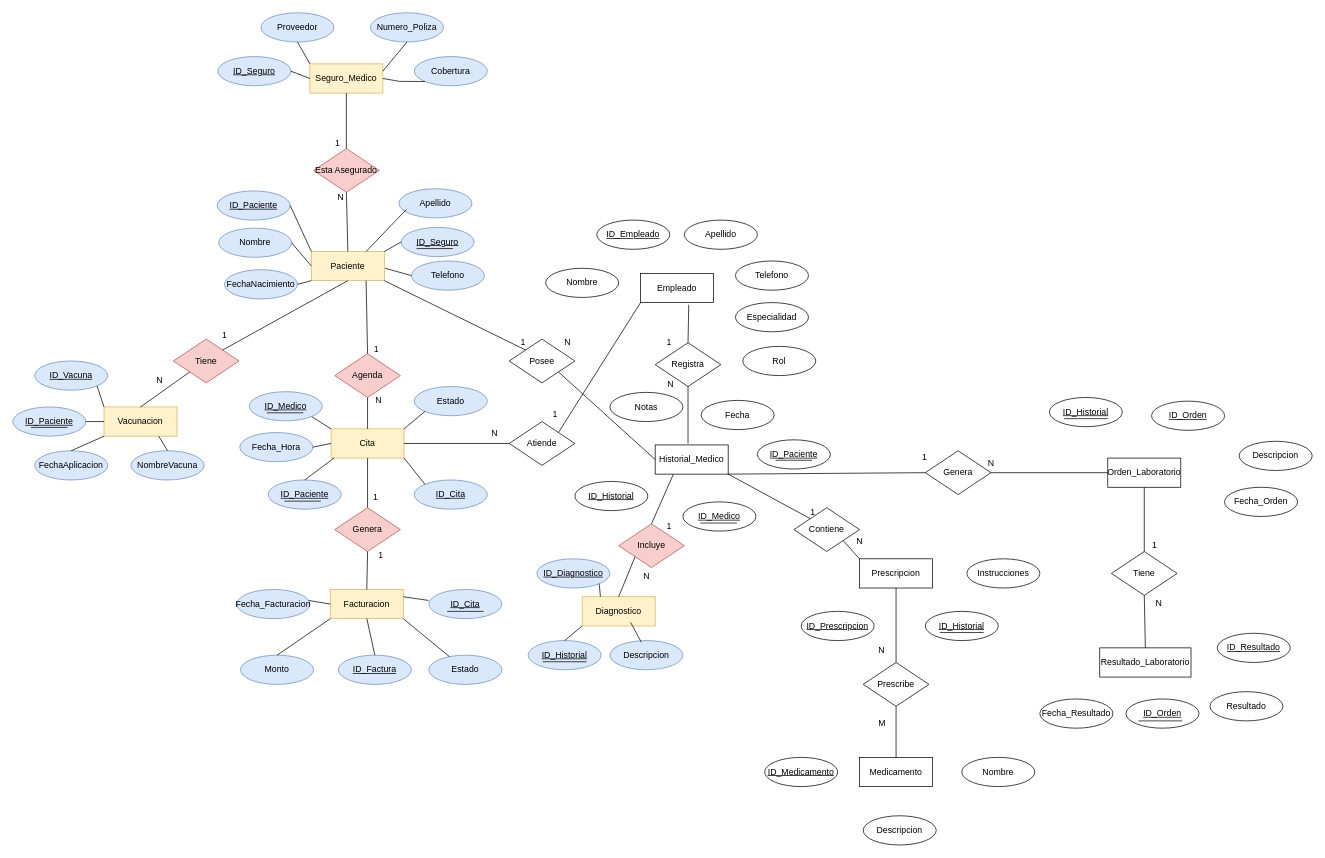
Earlier version of the draw.io diagram ExamenI.drawio (Csandoval-dev/EtlExamenI). Source tidied: cells renumbered, new cells numbered last; positions are measured from the earlier drawing's top-left corner, leaving out a move shared by most shapes. Both pictures are drawn from the tidied source at 73%, with x=0, y=0 at pixel (12, 12).
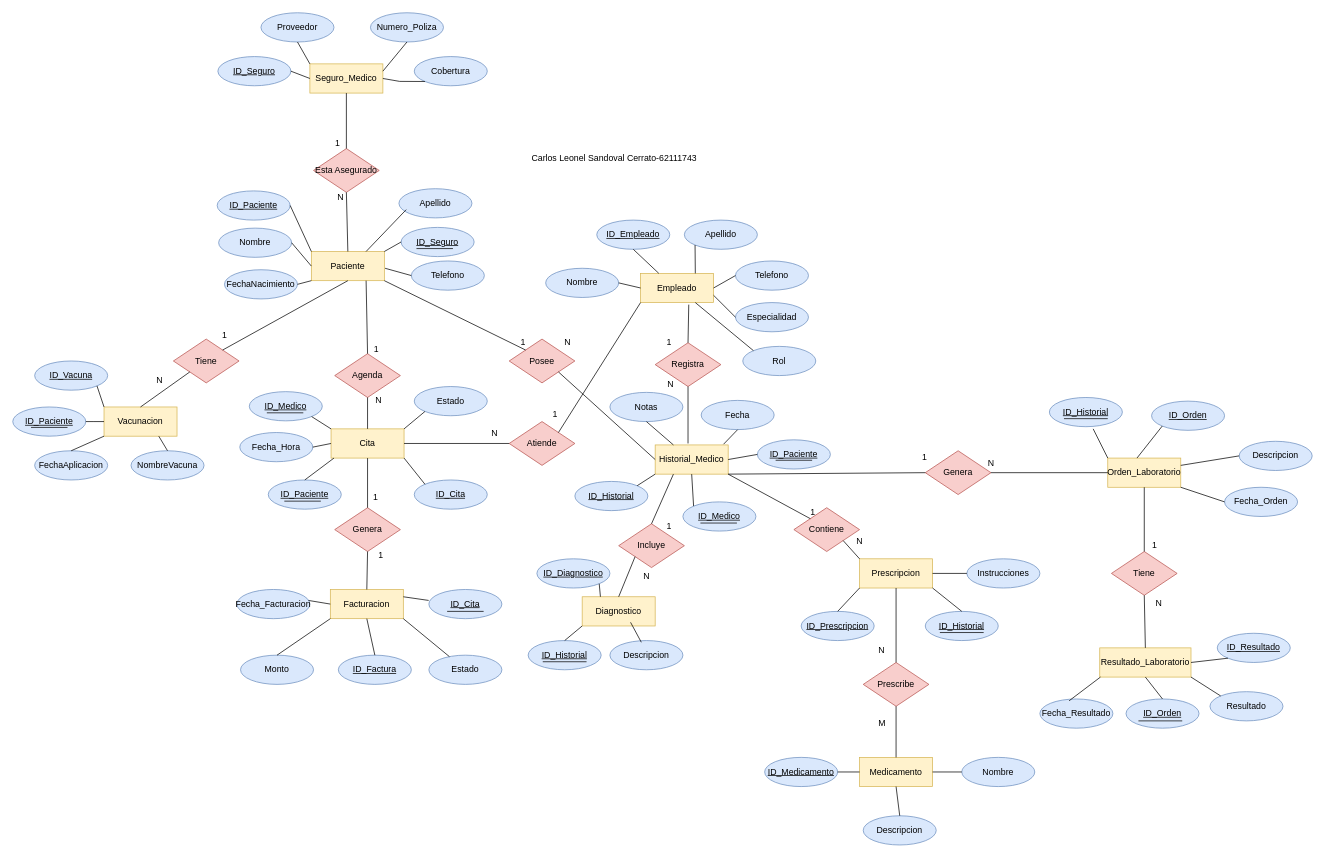
Above is the later version.

The edit, as a diff of the source:
```diff
@@
-    <mxCell id="56" value="Empleado" style="whiteSpace=wrap;html=1;align=center;" parent="1" vertex="1">
+    <mxCell id="56" value="Empleado" style="whiteSpace=wrap;html=1;align=center;fillColor=#fff2cc;strokeColor=#d6b656;" parent="1" vertex="1">
       <mxGeometry x="860" y="357" width="100" height="40" as="geometry" />
     </mxCell>
-    <mxCell id="57" value="ID_Empleado" style="ellipse;whiteSpace=wrap;html=1;align=center;fontStyle=4;" parent="1" vertex="1">
+    <mxCell id="57" value="ID_Empleado" style="ellipse;whiteSpace=wrap;html=1;align=center;fontStyle=4;fillColor=#dae8fc;strokeColor=#6c8ebf;" parent="1" vertex="1">
       <mxGeometry x="800" y="284" width="100" height="40" as="geometry" />
     </mxCell>
-    <mxCell id="58" value="Nombre" style="ellipse;whiteSpace=wrap;html=1;align=center;" parent="1" vertex="1">
+    <mxCell id="58" value="Nombre" style="ellipse;whiteSpace=wrap;html=1;align=center;fillColor=#dae8fc;strokeColor=#6c8ebf;" parent="1" vertex="1">
       <mxGeometry x="730" y="350" width="100" height="40" as="geometry" />
     </mxCell>
-    <mxCell id="59" value="Apellido" style="ellipse;whiteSpace=wrap;html=1;align=center;" parent="1" vertex="1">
+    <mxCell id="59" value="Apellido" style="ellipse;whiteSpace=wrap;html=1;align=center;fillColor=#dae8fc;strokeColor=#6c8ebf;" parent="1" vertex="1">
       <mxGeometry x="920" y="284" width="100" height="40" as="geometry" />
     </mxCell>
-    <mxCell id="60" value="Rol" style="ellipse;whiteSpace=wrap;html=1;align=center;" parent="1" vertex="1">
+    <mxCell id="60" value="Rol" style="ellipse;whiteSpace=wrap;html=1;align=center;fillColor=#dae8fc;strokeColor=#6c8ebf;" parent="1" vertex="1">
       <mxGeometry x="1000" y="457" width="100" height="40" as="geometry" />
     </mxCell>
-    <mxCell id="61" value="Telefono" style="ellipse;whiteSpace=wrap;html=1;align=center;" parent="1" vertex="1">
+    <mxCell id="61" value="Telefono" style="ellipse;whiteSpace=wrap;html=1;align=center;fillColor=#dae8fc;strokeColor=#6c8ebf;" parent="1" vertex="1">
       <mxGeometry x="990" y="340" width="100" height="40" as="geometry" />
     </mxCell>
-    <mxCell id="62" value="Especialidad" style="ellipse;whiteSpace=wrap;html=1;align=center;" parent="1" vertex="1">
+    <mxCell id="62" value="Especialidad" style="ellipse;whiteSpace=wrap;html=1;align=center;fillColor=#dae8fc;strokeColor=#6c8ebf;" parent="1" vertex="1">
       <mxGeometry x="990" y="397" width="100" height="40" as="geometry" />
     </mxCell>
-    <mxCell id="63" value="Atiende" style="shape=rhombus;perimeter=rhombusPerimeter;whiteSpace=wrap;html=1;align=center;" parent="1" vertex="1">
+    <mxCell id="63" value="Atiende" style="shape=rhombus;perimeter=rhombusPerimeter;whiteSpace=wrap;html=1;align=center;fillColor=#f8cecc;strokeColor=#b85450;" parent="1" vertex="1">
       <mxGeometry x="680" y="560" width="90" height="60" as="geometry" />
     </mxCell>
@@
-    <mxCell id="68" value="Historial_Medico" style="whiteSpace=wrap;html=1;align=center;" parent="1" vertex="1">
+    <mxCell id="68" value="Historial_Medico" style="whiteSpace=wrap;html=1;align=center;fillColor=#fff2cc;strokeColor=#d6b656;" parent="1" vertex="1">
       <mxGeometry x="880" y="592" width="100" height="40" as="geometry" />
     </mxCell>
@@
-    <mxCell id="70" value="ID_Paciente" style="ellipse;whiteSpace=wrap;html=1;align=center;fontStyle=4;" parent="1" vertex="1">
+    <mxCell id="70" value="ID_Paciente" style="ellipse;whiteSpace=wrap;html=1;align=center;fontStyle=4;fillColor=#dae8fc;strokeColor=#6c8ebf;" parent="1" vertex="1">
       <mxGeometry x="1020" y="585" width="100" height="40" as="geometry" />
     </mxCell>
-    <mxCell id="71" value="ID_Medico" style="ellipse;whiteSpace=wrap;html=1;align=center;fontStyle=4;" parent="1" vertex="1">
+    <mxCell id="71" value="ID_Medico" style="ellipse;whiteSpace=wrap;html=1;align=center;fontStyle=4;fillColor=#dae8fc;strokeColor=#6c8ebf;" parent="1" vertex="1">
       <mxGeometry x="918" y="670" width="100" height="40" as="geometry" />
     </mxCell>
-    <mxCell id="72" value="Fecha" style="ellipse;whiteSpace=wrap;html=1;align=center;" parent="1" vertex="1">
+    <mxCell id="72" value="Fecha" style="ellipse;whiteSpace=wrap;html=1;align=center;fillColor=#dae8fc;strokeColor=#6c8ebf;" parent="1" vertex="1">
       <mxGeometry x="943" y="531" width="100" height="40" as="geometry" />
     </mxCell>
-    <mxCell id="73" value="Notas" style="ellipse;whiteSpace=wrap;html=1;align=center;" parent="1" vertex="1">
+    <mxCell id="73" value="Notas" style="ellipse;whiteSpace=wrap;html=1;align=center;fillColor=#dae8fc;strokeColor=#6c8ebf;" parent="1" vertex="1">
       <mxGeometry x="818" y="520" width="100" height="40" as="geometry" />
     </mxCell>
-    <mxCell id="74" value="Posee" style="shape=rhombus;perimeter=rhombusPerimeter;whiteSpace=wrap;html=1;align=center;" parent="1" vertex="1">
+    <mxCell id="74" value="Posee" style="shape=rhombus;perimeter=rhombusPerimeter;whiteSpace=wrap;html=1;align=center;fillColor=#f8cecc;strokeColor=#b85450;" parent="1" vertex="1">
       <mxGeometry x="680" y="447" width="90" height="60" as="geometry" />
     </mxCell>
@@
-    <mxCell id="79" value="Registra" style="shape=rhombus;perimeter=rhombusPerimeter;whiteSpace=wrap;html=1;align=center;" parent="1" vertex="1">
+    <mxCell id="79" value="Registra" style="shape=rhombus;perimeter=rhombusPerimeter;whiteSpace=wrap;html=1;align=center;fillColor=#f8cecc;strokeColor=#b85450;" parent="1" vertex="1">
       <mxGeometry x="880" y="452" width="90" height="60" as="geometry" />
     </mxCell>
@@
-    <mxCell id="87" value="ID_Historial" style="ellipse;whiteSpace=wrap;html=1;align=center;fontStyle=4;" parent="1" vertex="1">
+    <mxCell id="87" value="ID_Historial" style="ellipse;whiteSpace=wrap;html=1;align=center;fontStyle=4;fillColor=#dae8fc;strokeColor=#6c8ebf;" parent="1" vertex="1">
       <mxGeometry x="770" y="642" width="100" height="40" as="geometry" />
     </mxCell>
-    <mxCell id="88" value="ID_Resultado" style="ellipse;whiteSpace=wrap;html=1;align=center;fontStyle=4;" parent="1" vertex="1">
+    <mxCell id="88" value="ID_Resultado" style="ellipse;whiteSpace=wrap;html=1;align=center;fontStyle=4;fillColor=#dae8fc;strokeColor=#6c8ebf;" parent="1" vertex="1">
       <mxGeometry x="1650" y="850" width="100" height="40" as="geometry" />
     </mxCell>
@@
-    <mxCell id="96" value="Prescripcion" style="whiteSpace=wrap;html=1;align=center;" parent="1" vertex="1">
+    <mxCell id="96" value="Prescripcion" style="whiteSpace=wrap;html=1;align=center;fillColor=#fff2cc;strokeColor=#d6b656;" parent="1" vertex="1">
       <mxGeometry x="1160" y="748" width="100" height="40" as="geometry" />
     </mxCell>
@@
-    <mxCell id="98" value="ID_Historial" style="ellipse;whiteSpace=wrap;html=1;align=center;fontStyle=4;" parent="1" vertex="1">
+    <mxCell id="98" value="ID_Historial" style="ellipse;whiteSpace=wrap;html=1;align=center;fontStyle=4;fillColor=#dae8fc;strokeColor=#6c8ebf;" parent="1" vertex="1">
       <mxGeometry x="1250" y="820" width="100" height="40" as="geometry" />
     </mxCell>
@@
-    <mxCell id="100" value="Instrucciones" style="ellipse;whiteSpace=wrap;html=1;align=center;" parent="1" vertex="1">
+    <mxCell id="100" value="Instrucciones" style="ellipse;whiteSpace=wrap;html=1;align=center;fillColor=#dae8fc;strokeColor=#6c8ebf;" parent="1" vertex="1">
       <mxGeometry x="1307" y="748" width="100" height="40" as="geometry" />
     </mxCell>
-    <mxCell id="101" value="Contiene" style="shape=rhombus;perimeter=rhombusPerimeter;whiteSpace=wrap;html=1;align=center;" parent="1" vertex="1">
+    <mxCell id="101" value="Contiene" style="shape=rhombus;perimeter=rhombusPerimeter;whiteSpace=wrap;html=1;align=center;fillColor=#f8cecc;strokeColor=#b85450;" parent="1" vertex="1">
       <mxGeometry x="1070" y="678" width="90" height="60" as="geometry" />
     </mxCell>
@@
-    <mxCell id="106" value="Medicamento" style="whiteSpace=wrap;html=1;align=center;" parent="1" vertex="1">
+    <mxCell id="106" value="Medicamento" style="whiteSpace=wrap;html=1;align=center;fillColor=#fff2cc;strokeColor=#d6b656;" parent="1" vertex="1">
       <mxGeometry x="1160" y="1020" width="100" height="40" as="geometry" />
     </mxCell>
-    <mxCell id="107" value="Prescribe" style="shape=rhombus;perimeter=rhombusPerimeter;whiteSpace=wrap;html=1;align=center;" parent="1" vertex="1">
+    <mxCell id="107" value="Prescribe" style="shape=rhombus;perimeter=rhombusPerimeter;whiteSpace=wrap;html=1;align=center;fillColor=#f8cecc;strokeColor=#b85450;" parent="1" vertex="1">
       <mxGeometry x="1165" y="890" width="90" height="60" as="geometry" />
     </mxCell>
@@
-    <mxCell id="112" value="ID_Medicamento" style="ellipse;whiteSpace=wrap;html=1;align=center;fontStyle=4;" parent="1" vertex="1">
+    <mxCell id="112" value="ID_Medicamento" style="ellipse;whiteSpace=wrap;html=1;align=center;fontStyle=4;fillColor=#dae8fc;strokeColor=#6c8ebf;" parent="1" vertex="1">
       <mxGeometry x="1030" y="1020" width="100" height="40" as="geometry" />
     </mxCell>
-    <mxCell id="113" value="Nombre" style="ellipse;whiteSpace=wrap;html=1;align=center;" parent="1" vertex="1">
+    <mxCell id="113" value="Nombre" style="ellipse;whiteSpace=wrap;html=1;align=center;fillColor=#dae8fc;strokeColor=#6c8ebf;" parent="1" vertex="1">
       <mxGeometry x="1300" y="1020" width="100" height="40" as="geometry" />
     </mxCell>
-    <mxCell id="114" value="Descripcion" style="ellipse;whiteSpace=wrap;html=1;align=center;" parent="1" vertex="1">
+    <mxCell id="114" value="Descripcion" style="ellipse;whiteSpace=wrap;html=1;align=center;fillColor=#dae8fc;strokeColor=#6c8ebf;" parent="1" vertex="1">
       <mxGeometry x="1165" y="1100" width="100" height="40" as="geometry" />
     </mxCell>
-    <mxCell id="115" value="Orden_Laboratorio" style="whiteSpace=wrap;html=1;align=center;" parent="1" vertex="1">
+    <mxCell id="115" value="Orden_Laboratorio" style="whiteSpace=wrap;html=1;align=center;fillColor=#fff2cc;strokeColor=#d6b656;" parent="1" vertex="1">
       <mxGeometry x="1500" y="610" width="100" height="40" as="geometry" />
     </mxCell>
-    <mxCell id="116" value="Genera" style="shape=rhombus;perimeter=rhombusPerimeter;whiteSpace=wrap;html=1;align=center;" parent="1" vertex="1">
+    <mxCell id="116" value="Genera" style="shape=rhombus;perimeter=rhombusPerimeter;whiteSpace=wrap;html=1;align=center;fillColor=#f8cecc;strokeColor=#b85450;" parent="1" vertex="1">
       <mxGeometry x="1250" y="600" width="90" height="60" as="geometry" />
     </mxCell>
@@
-    <mxCell id="121" value="ID_Historial" style="ellipse;whiteSpace=wrap;html=1;align=center;fontStyle=4;" parent="1" vertex="1">
+    <mxCell id="121" value="ID_Historial" style="ellipse;whiteSpace=wrap;html=1;align=center;fontStyle=4;fillColor=#dae8fc;strokeColor=#6c8ebf;" parent="1" vertex="1">
       <mxGeometry x="1420" y="527" width="100" height="40" as="geometry" />
     </mxCell>
@@
-    <mxCell id="123" value="ID_Prescripcion" style="ellipse;whiteSpace=wrap;html=1;align=center;fontStyle=4;" parent="1" vertex="1">
+    <mxCell id="123" value="ID_Prescripcion" style="ellipse;whiteSpace=wrap;html=1;align=center;fontStyle=4;fillColor=#dae8fc;strokeColor=#6c8ebf;" parent="1" vertex="1">
       <mxGeometry x="1080" y="820" width="100" height="40" as="geometry" />
     </mxCell>
-    <mxCell id="124" value="Fecha_Orden" style="ellipse;whiteSpace=wrap;html=1;align=center;" parent="1" vertex="1">
+    <mxCell id="124" value="Fecha_Orden" style="ellipse;whiteSpace=wrap;html=1;align=center;fillColor=#dae8fc;strokeColor=#6c8ebf;" parent="1" vertex="1">
       <mxGeometry x="1660" y="650" width="100" height="40" as="geometry" />
     </mxCell>
-    <mxCell id="125" value="Fecha_Resultado" style="ellipse;whiteSpace=wrap;html=1;align=center;" parent="1" vertex="1">
+    <mxCell id="125" value="Fecha_Resultado" style="ellipse;whiteSpace=wrap;html=1;align=center;fillColor=#dae8fc;strokeColor=#6c8ebf;" parent="1" vertex="1">
       <mxGeometry x="1407" y="940" width="100" height="40" as="geometry" />
     </mxCell>
-    <mxCell id="126" value="Tiene" style="shape=rhombus;perimeter=rhombusPerimeter;whiteSpace=wrap;html=1;align=center;" parent="1" vertex="1">
+    <mxCell id="126" value="Tiene" style="shape=rhombus;perimeter=rhombusPerimeter;whiteSpace=wrap;html=1;align=center;fillColor=#f8cecc;strokeColor=#b85450;" parent="1" vertex="1">
       <mxGeometry x="1505" y="738" width="90" height="60" as="geometry" />
     </mxCell>
-    <mxCell id="127" value="Resultado_Laboratorio" style="whiteSpace=wrap;html=1;align=center;" parent="1" vertex="1">
+    <mxCell id="127" value="Resultado_Laboratorio" style="whiteSpace=wrap;html=1;align=center;fillColor=#fff2cc;strokeColor=#d6b656;" parent="1" vertex="1">
       <mxGeometry x="1489" y="870" width="125" height="40" as="geometry" />
     </mxCell>
@@
-    <mxCell id="132" value="ID_Orden" style="ellipse;whiteSpace=wrap;html=1;align=center;fontStyle=4;" parent="1" vertex="1">
+    <mxCell id="132" value="ID_Orden" style="ellipse;whiteSpace=wrap;html=1;align=center;fontStyle=4;fillColor=#dae8fc;strokeColor=#6c8ebf;" parent="1" vertex="1">
       <mxGeometry x="1560" y="532" width="100" height="40" as="geometry" />
     </mxCell>
-    <mxCell id="133" value="Resultado" style="ellipse;whiteSpace=wrap;html=1;align=center;" parent="1" vertex="1">
+    <mxCell id="133" value="Resultado" style="ellipse;whiteSpace=wrap;html=1;align=center;fillColor=#dae8fc;strokeColor=#6c8ebf;" parent="1" vertex="1">
       <mxGeometry x="1640" y="930" width="100" height="40" as="geometry" />
     </mxCell>
-    <mxCell id="134" value="Descripcion" style="ellipse;whiteSpace=wrap;html=1;align=center;" parent="1" vertex="1">
+    <mxCell id="134" value="Descripcion" style="ellipse;whiteSpace=wrap;html=1;align=center;fillColor=#dae8fc;strokeColor=#6c8ebf;" parent="1" vertex="1">
       <mxGeometry x="1680" y="587" width="100" height="40" as="geometry" />
     </mxCell>
-    <mxCell id="135" value="ID_Orden" style="ellipse;whiteSpace=wrap;html=1;align=center;fontStyle=4;" parent="1" vertex="1">
+    <mxCell id="135" value="ID_Orden" style="ellipse;whiteSpace=wrap;html=1;align=center;fontStyle=4;fillColor=#dae8fc;strokeColor=#6c8ebf;" parent="1" vertex="1">
       <mxGeometry x="1525" y="940" width="100" height="40" as="geometry" />
     </mxCell>
@@
+    <mxCell id="164" style="endArrow=none;html=1;rounded=0;entryX=1;entryY=0;entryDx=0;entryDy=0;exitX=0;exitY=1;exitDx=0;exitDy=0;" parent="1" edge="1" source="68" target="87">
+      <mxGeometry relative="1" as="geometry" />
+    </mxCell>
+    <mxCell id="165" style="endArrow=none;html=1;rounded=0;entryX=0;entryY=0;entryDx=0;entryDy=0;exitX=0.5;exitY=1;exitDx=0;exitDy=0;" parent="1" edge="1" source="68" target="71">
+      <mxGeometry relative="1" as="geometry" />
+    </mxCell>
+    <mxCell id="166" style="endArrow=none;html=1;rounded=0;exitX=0;exitY=0.5;exitDx=0;exitDy=0;entryX=1;entryY=0.5;entryDx=0;entryDy=0;" parent="1" edge="1" source="70" target="68">
+      <mxGeometry relative="1" as="geometry" />
+    </mxCell>
+    <mxCell id="167" style="endArrow=none;html=1;rounded=0;entryX=0.5;entryY=1;entryDx=0;entryDy=0;exitX=0.937;exitY=-0.025;exitDx=0;exitDy=0;exitPerimeter=0;" parent="1" edge="1" source="68" target="72">
+      <mxGeometry relative="1" as="geometry" />
+    </mxCell>
+    <mxCell id="168" style="endArrow=none;html=1;rounded=0;entryX=0.5;entryY=1;entryDx=0;entryDy=0;exitX=0.25;exitY=0;exitDx=0;exitDy=0;" parent="1" edge="1" source="68" target="73">
+      <mxGeometry relative="1" as="geometry" />
+    </mxCell>
+    <mxCell id="169" style="endArrow=none;html=1;rounded=0;exitX=1;exitY=0.5;exitDx=0;exitDy=0;entryX=0;entryY=0.5;entryDx=0;entryDy=0;" parent="1" edge="1" source="58" target="56">
+      <mxGeometry relative="1" as="geometry" />
+    </mxCell>
+    <mxCell id="170" style="endArrow=none;html=1;rounded=0;exitX=0.5;exitY=1;exitDx=0;exitDy=0;entryX=0.25;entryY=0;entryDx=0;entryDy=0;" parent="1" edge="1" source="57" target="56">
+      <mxGeometry relative="1" as="geometry" />
+    </mxCell>
+    <mxCell id="171" style="endArrow=none;html=1;rounded=0;exitX=0;exitY=1;exitDx=0;exitDy=0;entryX=0.75;entryY=0;entryDx=0;entryDy=0;" parent="1" edge="1" source="59" target="56">
+      <mxGeometry relative="1" as="geometry" />
+    </mxCell>
+    <mxCell id="172" style="endArrow=none;html=1;rounded=0;entryX=0;entryY=0.5;entryDx=0;entryDy=0;exitX=1;exitY=0.5;exitDx=0;exitDy=0;" parent="1" edge="1" source="56" target="61">
+      <mxGeometry relative="1" as="geometry" />
+    </mxCell>
+    <mxCell id="173" style="endArrow=none;html=1;rounded=0;entryX=0;entryY=0.5;entryDx=0;entryDy=0;exitX=1;exitY=0.75;exitDx=0;exitDy=0;" parent="1" edge="1" source="56" target="62">
+      <mxGeometry relative="1" as="geometry" />
+    </mxCell>
+    <mxCell id="174" style="endArrow=none;html=1;rounded=0;entryX=0;entryY=0;entryDx=0;entryDy=0;exitX=0.75;exitY=1;exitDx=0;exitDy=0;" parent="1" edge="1" source="56" target="60">
+      <mxGeometry relative="1" as="geometry" />
+    </mxCell>
+    <mxCell id="175" style="endArrow=none;html=1;rounded=0;" parent="1" edge="1">
+      <mxGeometry relative="1" as="geometry">
+        <mxPoint x="1480" y="570" as="sourcePoint" />
+        <mxPoint x="1500" y="610" as="targetPoint" />
+      </mxGeometry>
+    </mxCell>
+    <mxCell id="176" style="endArrow=none;html=1;rounded=0;exitX=0;exitY=1;exitDx=0;exitDy=0;" parent="1" edge="1" source="132">
+      <mxGeometry relative="1" as="geometry">
+        <mxPoint x="1540" y="610" as="targetPoint" />
+      </mxGeometry>
+    </mxCell>
+    <mxCell id="177" style="endArrow=none;html=1;rounded=0;exitX=0;exitY=0.5;exitDx=0;exitDy=0;" parent="1" edge="1" source="134">
+      <mxGeometry relative="1" as="geometry">
+        <mxPoint x="1600" y="620" as="targetPoint" />
+      </mxGeometry>
+    </mxCell>
+    <mxCell id="178" style="endArrow=none;html=1;rounded=0;entryX=0;entryY=0.5;entryDx=0;entryDy=0;exitX=1;exitY=1;exitDx=0;exitDy=0;" parent="1" edge="1" source="115" target="124">
+      <mxGeometry relative="1" as="geometry" />
+    </mxCell>
+    <mxCell id="179" style="endArrow=none;html=1;rounded=0;entryX=0;entryY=1;entryDx=0;entryDy=0;exitX=1;exitY=0.5;exitDx=0;exitDy=0;" parent="1" edge="1" source="127" target="88">
+      <mxGeometry relative="1" as="geometry" />
+    </mxCell>
+    <mxCell id="180" style="endArrow=none;html=1;rounded=0;exitX=0.4;exitY=0.063;exitDx=0;exitDy=0;exitPerimeter=0;" parent="1" edge="1" source="125">
+      <mxGeometry relative="1" as="geometry">
+        <mxPoint x="1490" y="910" as="targetPoint" />
+      </mxGeometry>
+    </mxCell>
+    <mxCell id="181" style="endArrow=none;html=1;rounded=0;exitX=0.5;exitY=0;exitDx=0;exitDy=0;entryX=0.5;entryY=1;entryDx=0;entryDy=0;" parent="1" edge="1" source="135" target="127">
+      <mxGeometry relative="1" as="geometry" />
+    </mxCell>
+    <mxCell id="182" style="endArrow=none;html=1;rounded=0;entryX=1;entryY=1;entryDx=0;entryDy=0;exitX=0;exitY=0;exitDx=0;exitDy=0;" parent="1" edge="1" source="133" target="127">
+      <mxGeometry relative="1" as="geometry" />
+    </mxCell>
+    <mxCell id="183" style="endArrow=none;html=1;rounded=0;entryX=1;entryY=0.5;entryDx=0;entryDy=0;exitX=0;exitY=0.5;exitDx=0;exitDy=0;" parent="1" edge="1" source="100" target="96">
+      <mxGeometry relative="1" as="geometry" />
+    </mxCell>
+    <mxCell id="184" style="endArrow=none;html=1;rounded=0;exitX=1;exitY=1;exitDx=0;exitDy=0;entryX=0.5;entryY=0;entryDx=0;entryDy=0;" parent="1" edge="1" source="96" target="98">
+      <mxGeometry relative="1" as="geometry" />
+    </mxCell>
+    <mxCell id="185" style="endArrow=none;html=1;rounded=0;exitX=0;exitY=1;exitDx=0;exitDy=0;entryX=0.5;entryY=0;entryDx=0;entryDy=0;" parent="1" edge="1" source="96" target="123">
+      <mxGeometry relative="1" as="geometry" />
+    </mxCell>
+    <mxCell id="186" style="endArrow=none;html=1;rounded=0;exitX=1;exitY=0.5;exitDx=0;exitDy=0;entryX=0;entryY=0.5;entryDx=0;entryDy=0;" parent="1" edge="1" source="106" target="113">
+      <mxGeometry relative="1" as="geometry" />
+    </mxCell>
+    <mxCell id="187" style="endArrow=none;html=1;rounded=0;exitX=0.5;exitY=1;exitDx=0;exitDy=0;entryX=0.5;entryY=0;entryDx=0;entryDy=0;" parent="1" edge="1" source="106" target="114">
+      <mxGeometry relative="1" as="geometry" />
+    </mxCell>
+    <mxCell id="188" style="endArrow=none;html=1;rounded=0;exitX=1;exitY=0.5;exitDx=0;exitDy=0;entryX=0;entryY=0.5;entryDx=0;entryDy=0;" parent="1" edge="1" source="112" target="106">
+      <mxGeometry relative="1" as="geometry" />
+    </mxCell>
+    <mxCell id="189" value="Carlos Leonel Sandoval Cerrato-62111743" style="text;strokeColor=none;fillColor=none;spacingLeft=4;spacingRight=4;overflow=hidden;fontSize=12;whiteSpace=wrap;html=1;" parent="1" vertex="1">
+      <mxGeometry x="705" y="186" width="275" height="34" as="geometry" />
+    </mxCell>
```
